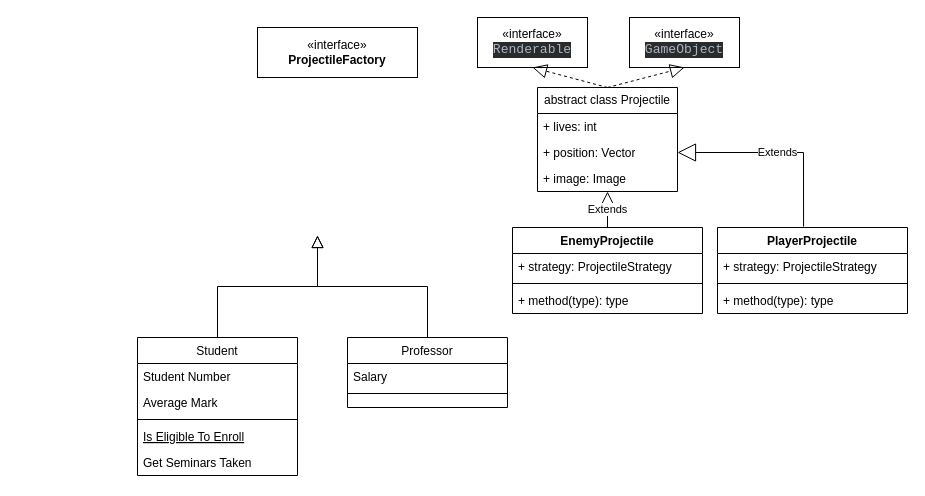
Before: factoryproject.drawio in hayden-pzhou/drawioChart, a draw.io diagram. Source tidied: cells renumbered, new cells numbered last; positions are measured from the earlier drawing's top-left corner, leaving out a move shared by most shapes. Both pictures are drawn from the tidied source at 100%, with x=0, y=0 at pixel (137, 17).
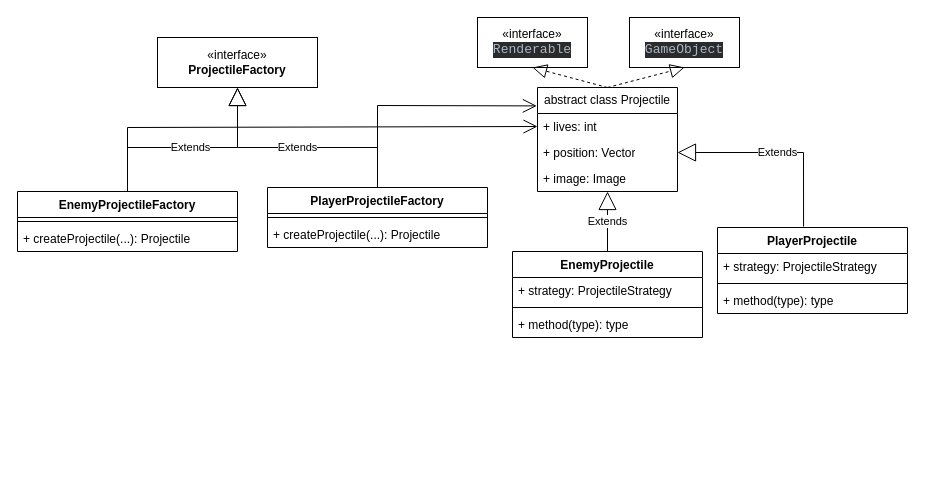
Above is the later version.

Unchanged cells that the change refers to:
```xml
<mxCell id="14" value="abstract class Projectile" style="swimlane;fontStyle=0;horizontal=1;startSize=26;fillColor=none;whiteSpace=wrap;html=1;" parent="1" vertex="1">
  <mxGeometry x="400" y="70" width="140" height="104" as="geometry" />
</mxCell>
<mxCell id="15" value="+ lives: int" style="text;strokeColor=none;fillColor=none;align=left;verticalAlign=top;spacingLeft=4;spacingRight=4;overflow=hidden;points=[[0,0.5],[1,0.5]];portConstraint=eastwest;whiteSpace=wrap;html=1;" parent="14" vertex="1">
  <mxGeometry y="26" width="140" height="26" as="geometry" />
</mxCell>
```

What changed in the source:
```diff
@@
-    <mxCell id="2" value="Student" style="swimlane;fontStyle=0;align=center;verticalAlign=top;horizontal=1;startSize=26;rounded=0;shadow=0;strokeWidth=1;" parent="1" vertex="1">
-      <mxGeometry y="320" width="160" height="138" as="geometry" />
-    </mxCell>
-    <mxCell id="3" value="Student Number" style="text;align=left;verticalAlign=top;spacingLeft=4;spacingRight=4;overflow=hidden;" parent="2" vertex="1">
-      <mxGeometry y="26" width="160" height="26" as="geometry" />
-    </mxCell>
-    <mxCell id="4" value="Average Mark" style="text;align=left;verticalAlign=top;spacingLeft=4;spacingRight=4;overflow=hidden;rounded=0;shadow=0;html=0;" parent="2" vertex="1">
-      <mxGeometry y="52" width="160" height="26" as="geometry" />
-    </mxCell>
-    <mxCell id="5" style="line;html=1;strokeWidth=1;align=left;verticalAlign=middle;spacingTop=-1;spacingLeft=3;spacingRight=3;labelPosition=right;" parent="2" vertex="1">
-      <mxGeometry y="78" width="160" height="8" as="geometry" />
-    </mxCell>
-    <mxCell id="6" value="Is Eligible To Enroll" style="text;align=left;verticalAlign=top;spacingLeft=4;spacingRight=4;overflow=hidden;fontStyle=4;" parent="2" vertex="1">
-      <mxGeometry y="86" width="160" height="26" as="geometry" />
-    </mxCell>
-    <mxCell id="7" value="Get Seminars Taken" style="text;align=left;verticalAlign=top;spacingLeft=4;spacingRight=4;overflow=hidden;" parent="2" vertex="1">
-      <mxGeometry y="112" width="160" height="26" as="geometry" />
-    </mxCell>
-    <mxCell id="8" style="endArrow=block;endSize=10;endFill=0;shadow=0;strokeWidth=1;rounded=0;edgeStyle=elbowEdgeStyle;elbow=vertical;" parent="1" edge="1" source="2">
-      <mxGeometry relative="1" as="geometry">
-        <mxPoint x="180" y="218" as="targetPoint" />
-      </mxGeometry>
-    </mxCell>
-    <mxCell id="9" value="Professor" style="swimlane;fontStyle=0;align=center;verticalAlign=top;horizontal=1;startSize=26;rounded=0;shadow=0;strokeWidth=1;" parent="1" vertex="1">
-      <mxGeometry x="210" y="320" width="160" height="70" as="geometry" />
-    </mxCell>
-    <mxCell id="10" value="Salary" style="text;align=left;verticalAlign=top;spacingLeft=4;spacingRight=4;overflow=hidden;" parent="9" vertex="1">
-      <mxGeometry y="26" width="160" height="26" as="geometry" />
-    </mxCell>
-    <mxCell id="11" style="line;html=1;strokeWidth=1;align=left;verticalAlign=middle;spacingTop=-1;spacingLeft=3;spacingRight=3;labelPosition=right;" parent="9" vertex="1">
-      <mxGeometry y="52" width="160" height="8" as="geometry" />
-    </mxCell>
-    <mxCell id="12" style="endArrow=block;endSize=10;endFill=0;shadow=0;strokeWidth=1;rounded=0;edgeStyle=elbowEdgeStyle;elbow=vertical;" parent="1" edge="1" source="9">
-      <mxGeometry relative="1" as="geometry">
-        <mxPoint x="180" y="218" as="targetPoint" />
-      </mxGeometry>
-    </mxCell>
     <mxCell id="13" value="«interface»&lt;br&gt;&lt;b&gt;ProjectileFactory&lt;/b&gt;" style="html=1;whiteSpace=wrap;" parent="1" vertex="1">
-      <mxGeometry x="120" y="10" width="160" height="50" as="geometry" />
+      <mxGeometry x="20" y="20" width="160" height="50" as="geometry" />
     </mxCell>
@@
     <mxCell id="18" value="EnemyProjectile" style="swimlane;fontStyle=1;align=center;verticalAlign=top;horizontal=1;startSize=26;whiteSpace=wrap;html=1;" parent="1" vertex="1">
-      <mxGeometry x="375" y="210" width="190" height="86" as="geometry" />
+      <mxGeometry x="375" y="234" width="190" height="86" as="geometry" />
     </mxCell>
@@
+    <mxCell id="32" value="EnemyProjectileFactory" style="swimlane;fontStyle=1;align=center;verticalAlign=top;horizontal=1;startSize=26;whiteSpace=wrap;html=1;" parent="1" vertex="1">
+      <mxGeometry x="-120" y="174" width="220" height="60" as="geometry" />
+    </mxCell>
+    <mxCell id="33" style="line;strokeWidth=1;fillColor=none;align=left;verticalAlign=middle;spacingTop=-1;spacingLeft=3;spacingRight=3;labelPosition=right;strokeColor=inherit;" parent="32" vertex="1">
+      <mxGeometry y="26" width="220" height="8" as="geometry" />
+    </mxCell>
+    <mxCell id="34" value="+ createProjectile(...): Projectile" style="text;strokeColor=none;fillColor=none;align=left;verticalAlign=top;spacingLeft=4;spacingRight=4;overflow=hidden;whiteSpace=wrap;html=1;" parent="32" vertex="1">
+      <mxGeometry y="34" width="220" height="26" as="geometry" />
+    </mxCell>
+    <mxCell id="35" value="PlayerProjectileFactory" style="swimlane;fontStyle=1;align=center;verticalAlign=top;horizontal=1;startSize=26;whiteSpace=wrap;html=1;" parent="1" vertex="1">
+      <mxGeometry x="130" y="170" width="220" height="60" as="geometry" />
+    </mxCell>
+    <mxCell id="36" style="line;strokeWidth=1;fillColor=none;align=left;verticalAlign=middle;spacingTop=-1;spacingLeft=3;spacingRight=3;labelPosition=right;strokeColor=inherit;" parent="35" vertex="1">
+      <mxGeometry y="26" width="220" height="8" as="geometry" />
+    </mxCell>
+    <mxCell id="37" value="+ createProjectile(...): Projectile" style="text;strokeColor=none;fillColor=none;align=left;verticalAlign=top;spacingLeft=4;spacingRight=4;overflow=hidden;whiteSpace=wrap;html=1;" parent="35" vertex="1">
+      <mxGeometry y="34" width="220" height="26" as="geometry" />
+    </mxCell>
+    <mxCell id="38" value="Extends" style="endArrow=block;endSize=16;endFill=0;html=1;rounded=0;exitX=0.5;exitY=0;exitDx=0;exitDy=0;entryX=0.5;entryY=1;entryDx=0;entryDy=0;" parent="1" edge="1" source="32" target="13">
+      <mxGeometry relative="1" as="geometry">
+        <Array as="points">
+          <mxPoint x="-10" y="130" />
+          <mxPoint x="100" y="130" />
+        </Array>
+      </mxGeometry>
+    </mxCell>
+    <mxCell id="39" value="Extends" style="endArrow=block;endSize=16;endFill=0;html=1;rounded=0;exitX=0.5;exitY=0;exitDx=0;exitDy=0;entryX=0.5;entryY=1;entryDx=0;entryDy=0;" parent="1" edge="1" source="35" target="13">
+      <mxGeometry relative="1" as="geometry">
+        <Array as="points">
+          <mxPoint x="240" y="130" />
+          <mxPoint x="100" y="130" />
+        </Array>
+      </mxGeometry>
+    </mxCell>
+    <mxCell id="40" style="endArrow=open;endFill=1;endSize=12;html=1;rounded=0;entryX=-0.005;entryY=0.177;entryDx=0;entryDy=0;entryPerimeter=0;" parent="1" edge="1" source="35" target="14">
+      <mxGeometry relative="1" as="geometry">
+        <Array as="points">
+          <mxPoint x="240" y="88" />
+        </Array>
+      </mxGeometry>
+    </mxCell>
+    <mxCell id="41" style="endArrow=open;endFill=1;endSize=12;html=1;rounded=0;exitX=0.5;exitY=0;exitDx=0;exitDy=0;entryX=0;entryY=0.5;entryDx=0;entryDy=0;" parent="1" edge="1" source="32" target="15">
+      <mxGeometry relative="1" as="geometry">
+        <Array as="points">
+          <mxPoint x="-10" y="110" />
+        </Array>
+      </mxGeometry>
+    </mxCell>
```
